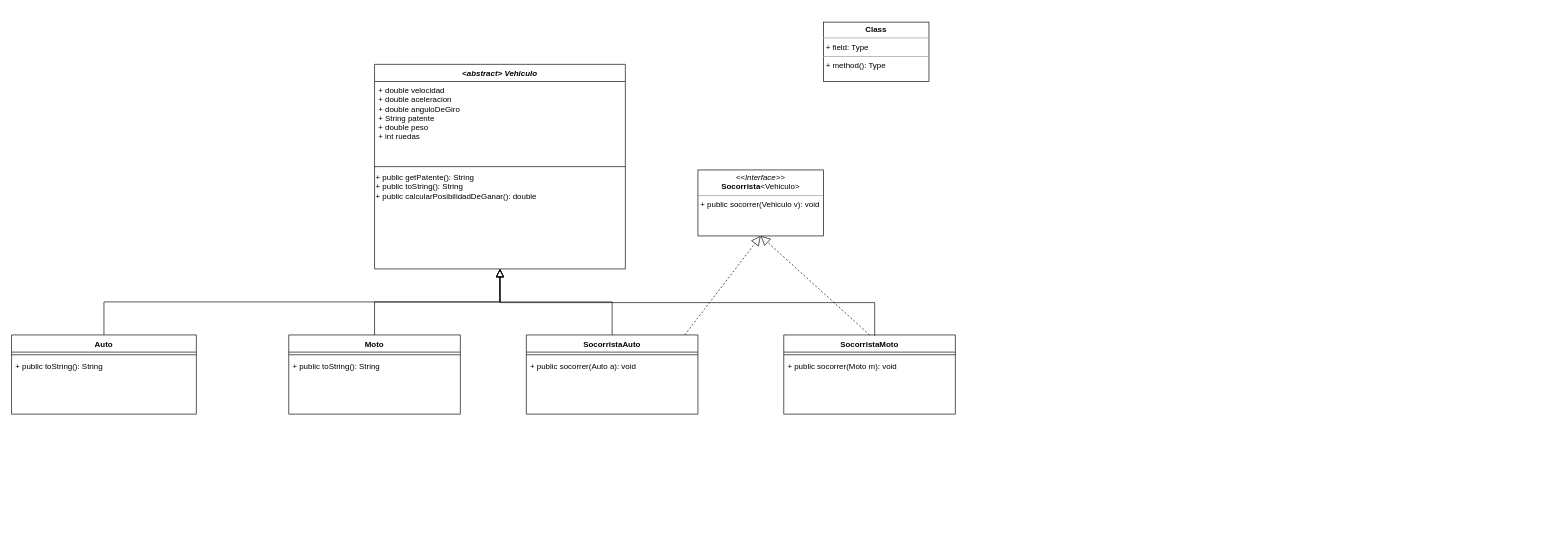
Earlier version of the draw.io diagram Ejercicio Integrador Java II.drawio (onofrimelisa/meli-java-integrador2). Source tidied: cells renumbered, new cells numbered last; positions are measured from the earlier drawing's top-left corner, leaving out a move shared by most shapes. Both pictures are drawn from the tidied source at 66%, with x=0, y=0 at pixel (11, 22).
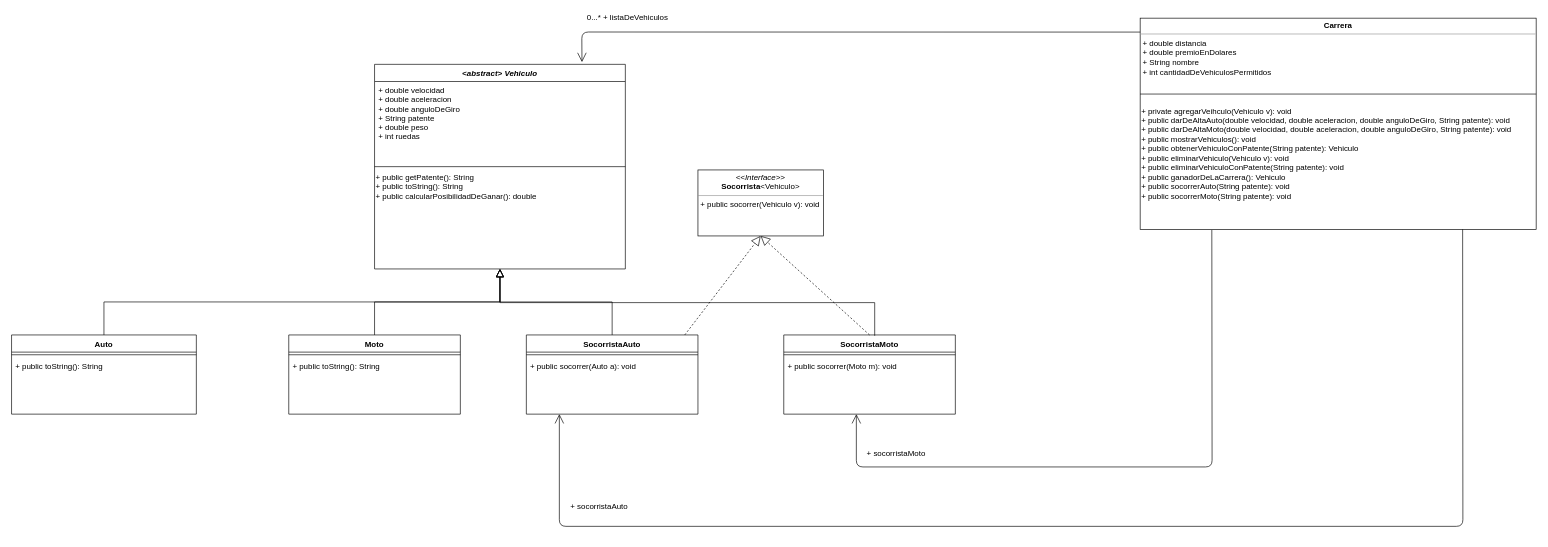
The same page after the edit.

Commit message:
feat: finish first approach of the Ejercicio Integrador Java II.drawio

Unchanged cells that the change refers to:
```xml
<mxCell id="2" value="&lt;abstract&gt; Vehiculo" style="swimlane;fontStyle=3;align=center;verticalAlign=top;horizontal=1;startSize=26;rounded=0;shadow=0;strokeWidth=1;" parent="1" vertex="1">
  <mxGeometry x="550" y="64" width="380" height="310" as="geometry" />
</mxCell>
```

What changed in the source:
```diff
@@
-    <mxCell id="25" value="&lt;p style=&quot;margin:0px;margin-top:4px;text-align:center;&quot;&gt;&lt;b&gt;Class&lt;/b&gt;&lt;/p&gt;&lt;hr size=&quot;1&quot;/&gt;&lt;p style=&quot;margin:0px;margin-left:4px;&quot;&gt;+ field: Type&lt;/p&gt;&lt;hr size=&quot;1&quot;/&gt;&lt;p style=&quot;margin:0px;margin-left:4px;&quot;&gt;+ method(): Type&lt;/p&gt;" style="verticalAlign=top;align=left;overflow=fill;fontSize=12;fontFamily=Helvetica;html=1;" parent="1" vertex="1">
-      <mxGeometry x="1230" width="160" height="90" as="geometry" />
+    <mxCell id="25" value="&lt;p style=&quot;margin: 0px ; margin-top: 4px ; text-align: center&quot;&gt;&lt;b&gt;Carrera&lt;/b&gt;&lt;/p&gt;&lt;hr size=&quot;1&quot;&gt;&lt;p style=&quot;margin: 0px ; margin-left: 4px&quot;&gt;+ double distancia&lt;/p&gt;&lt;p style=&quot;margin: 0px ; margin-left: 4px&quot;&gt;+ double premioEnDolares&lt;/p&gt;&lt;p style=&quot;margin: 0px ; margin-left: 4px&quot;&gt;+ String nombre&lt;/p&gt;&lt;p style=&quot;margin: 0px ; margin-left: 4px&quot;&gt;+ int cantidadDeVehiculosPermitidos&lt;/p&gt;" style="verticalAlign=top;align=left;overflow=fill;fontSize=12;fontFamily=Helvetica;html=1;" parent="1" vertex="1">
+      <mxGeometry x="1710" y="-6" width="600" height="320" as="geometry" />
     </mxCell>
+    <mxCell id="26" style="line;html=1;strokeWidth=1;align=left;verticalAlign=middle;spacingTop=-1;spacingLeft=3;spacingRight=3;labelPosition=right;" parent="1" vertex="1">
+      <mxGeometry x="1710" y="104" width="600" height="10" as="geometry" />
+    </mxCell>
+    <mxCell id="27" value="+ private agregarVeihculo(Vehiculo v): void&lt;br&gt;+ public darDeAltaAuto(double velocidad, double aceleracion, double anguloDeGiro, String patente): void&lt;br&gt;+ public darDeAltaMoto(double velocidad, double aceleracion, double anguloDeGiro, String patente): void&lt;br&gt;+ public mostrarVehiculos(): void&lt;br&gt;+ public obtenerVehiculoConPatente(String patente): Vehiculo&lt;br&gt;+ public eliminarVehiculo(Vehiculo v): void&lt;br&gt;+ public eliminarVehiculoConPatente(String patente): void&lt;br&gt;+ public ganadorDeLaCarrera(): Vehiculo&lt;br&gt;+ public socorrerAuto(String patente): void&lt;br&gt;+ public socorrerMoto(String patente): void" style="text;html=1;strokeColor=none;fillColor=none;align=left;verticalAlign=middle;whiteSpace=wrap;rounded=0;" parent="1" vertex="1">
+      <mxGeometry x="1710" y="114" width="580" height="170" as="geometry" />
+    </mxCell>
+    <mxCell id="28" style="endArrow=open;endFill=1;endSize=12;html=1;entryX=0.827;entryY=-0.011;entryDx=0;entryDy=0;entryPerimeter=0;exitX=0;exitY=0.066;exitDx=0;exitDy=0;exitPerimeter=0;" parent="1" edge="1" source="25" target="2">
+      <mxGeometry relative="1" as="geometry">
+        <Array as="points">
+          <mxPoint x="864" y="15" />
+        </Array>
+      </mxGeometry>
+    </mxCell>
+    <mxCell id="29" value="0...* + listaDeVehiculos" style="text;html=1;strokeColor=none;fillColor=none;align=left;verticalAlign=middle;whiteSpace=wrap;rounded=0;" parent="1" vertex="1">
+      <mxGeometry x="870" y="-16" width="160" height="20" as="geometry" />
+    </mxCell>
+    <mxCell id="30" style="endArrow=open;endFill=1;endSize=12;html=1;exitX=0.181;exitY=1.003;exitDx=0;exitDy=0;exitPerimeter=0;" parent="1" edge="1" source="25">
+      <mxGeometry relative="1" as="geometry">
+        <mxPoint x="1280" y="594" as="targetPoint" />
+        <Array as="points">
+          <mxPoint x="1819" y="674" />
+          <mxPoint x="1280" y="674" />
+        </Array>
+      </mxGeometry>
+    </mxCell>
+    <mxCell id="31" value="+ socorristaMoto" style="text;html=1;align=center;verticalAlign=middle;" parent="1" vertex="1">
+      <mxGeometry x="1290" y="644" width="100" height="20" as="geometry" />
+    </mxCell>
+    <mxCell id="32" style="endArrow=open;endFill=1;endSize=12;html=1;exitX=0.181;exitY=1.003;exitDx=0;exitDy=0;exitPerimeter=0;" parent="1" edge="1">
+      <mxGeometry relative="1" as="geometry">
+        <mxPoint x="2198.6" y="314" as="sourcePoint" />
+        <mxPoint x="830" y="594" as="targetPoint" />
+        <Array as="points">
+          <mxPoint x="2199" y="764" />
+          <mxPoint x="830" y="764" />
+        </Array>
+      </mxGeometry>
+    </mxCell>
+    <mxCell id="33" value="+ socorristaAuto" style="text;html=1;align=center;verticalAlign=middle;" parent="1" vertex="1">
+      <mxGeometry x="840" y="724" width="100" height="20" as="geometry" />
+    </mxCell>
```
